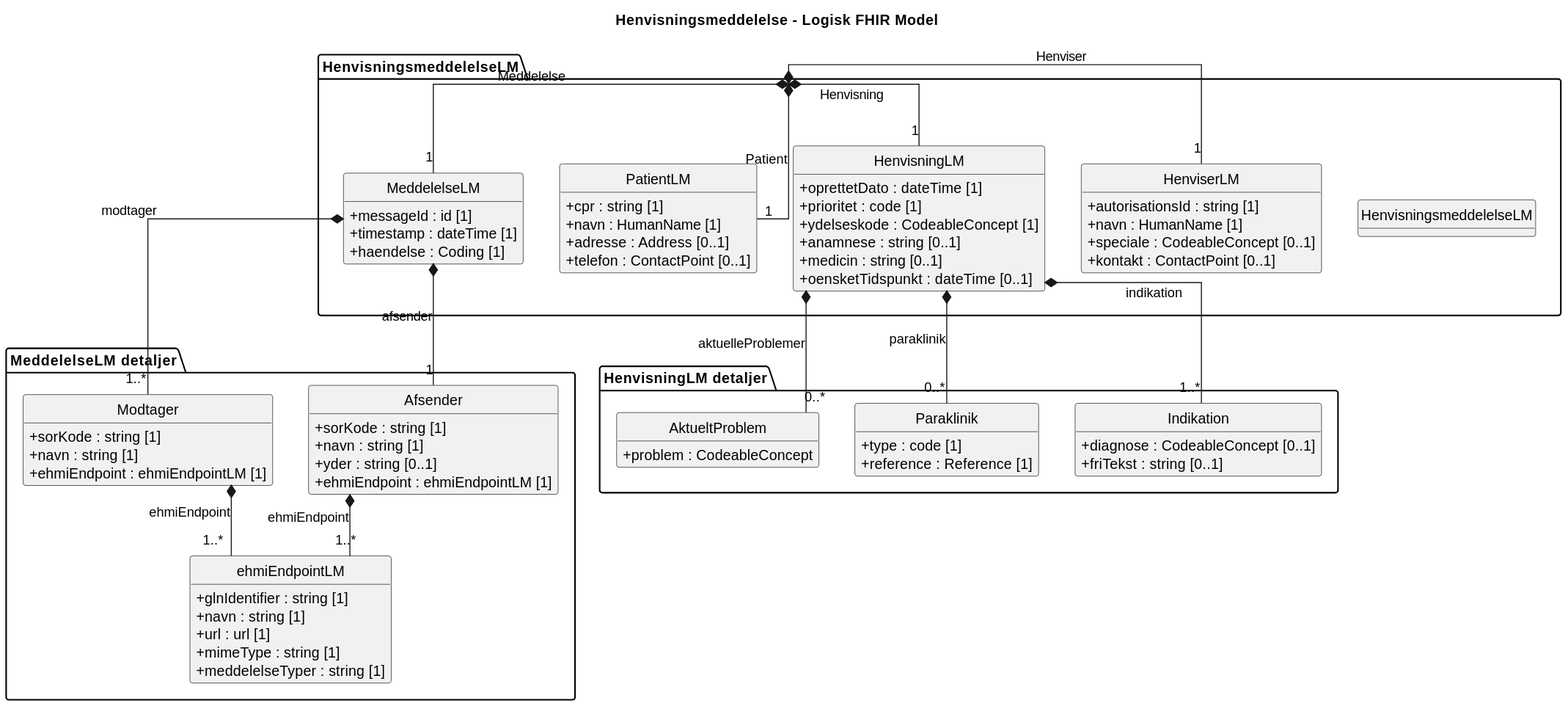
medcomdk/dk-medcom-ref-lm keeps this PlantUML diagram as input/images/ehmi-henvisning-lm.svg. Above is the earlier version. Source of this version:
```plantuml
@startuml
hide methods
hide circle
skinparam classAttributeIconSize 0
skinparam linetype ortho

title Henvisningsmeddelelse - Logisk FHIR Model

package "HenvisningsmeddelelseLM" {

  class HenvisningsmeddelelseLM {
  }

  class MeddelelseLM {
    +messageId : id [1]
    +timestamp : dateTime [1]
    +haendelse : Coding [1]
  }

  class PatientLM {
    +cpr : string [1]
    +navn : HumanName [1]
    +adresse : Address [0..1]
    +telefon : ContactPoint [0..1]
  }

  class HenvisningLM {
    +oprettetDato : dateTime [1]
    +prioritet : code [1]
    +ydelseskode : CodeableConcept [1]
    +anamnese : string [0..1]
    +medicin : string [0..1]
    +oensketTidspunkt : dateTime [0..1]
  }

  class HenviserLM {
    +autorisationsId : string [1]
    +navn : HumanName [1]
    +speciale : CodeableConcept [0..1]
    +kontakt : ContactPoint [0..1]
  }

}

package "MeddelelseLM detaljer" {

  class Afsender {
    +sorKode : string [1]
    +navn : string [1]
    +yder : string [0..1]
    +ehmiEndpoint : ehmiEndpointLM [1]
  }

  class Modtager {
    +sorKode : string [1]
    +navn : string [1]
    +ehmiEndpoint : ehmiEndpointLM [1]
  }

  class ehmiEndpointLM {
    +glnIdentifier : string [1]
    +navn : string [1]
    +url : url [1]
    +mimeType : string [1]
    +meddelelseTyper : string [1]
  }
}

package "HenvisningLM detaljer" {

  class Indikation {
    +diagnose : CodeableConcept [0..1]
    +friTekst : string [0..1]
  }

  class Paraklinik {
    +type : code [1]
    +reference : Reference [1]
  }

  class AktueltProblem {
    +problem : CodeableConcept
  }

}





HenvisningsmeddelelseLM *-- "1" MeddelelseLM : Meddelelse
HenvisningsmeddelelseLM *-- "1" HenvisningLM : Henvisning
HenvisningsmeddelelseLM *-- "1" PatientLM : Patient
HenvisningsmeddelelseLM *-- "1" HenviserLM : Henviser


MeddelelseLM *-- "1" Afsender : afsender
MeddelelseLM *-- "1..*" Modtager : modtager

Afsender *-- "1..*" ehmiEndpointLM : ehmiEndpoint
Modtager *-- "1..*" ehmiEndpointLM : ehmiEndpoint


HenvisningLM *-- "1..*" Indikation : indikation
HenvisningLM *-- "0..*" Paraklinik : paraklinik
HenvisningLM *-- "0..*" AktueltProblem : aktuelleProblemer
@enduml
```
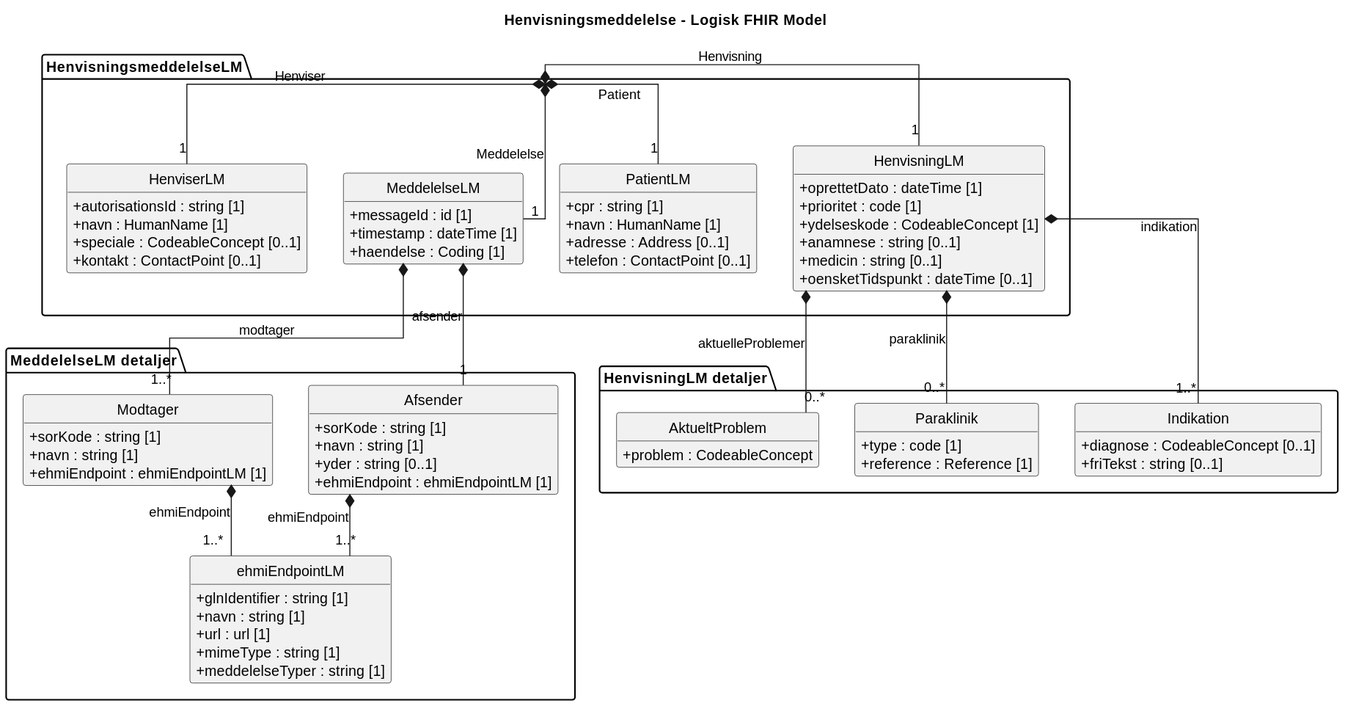
Above is the later version.

The edit, as a diff of the source:
```diff
@@ -6,10 +6,10 @@
 
 title Henvisningsmeddelelse - Logisk FHIR Model
 
+class HenvisningsmeddelelseLM {
+}
+
 package "HenvisningsmeddelelseLM" {
-
-  class HenvisningsmeddelelseLM {
-  }
 
   class MeddelelseLM {
     +messageId : id [1]
```
